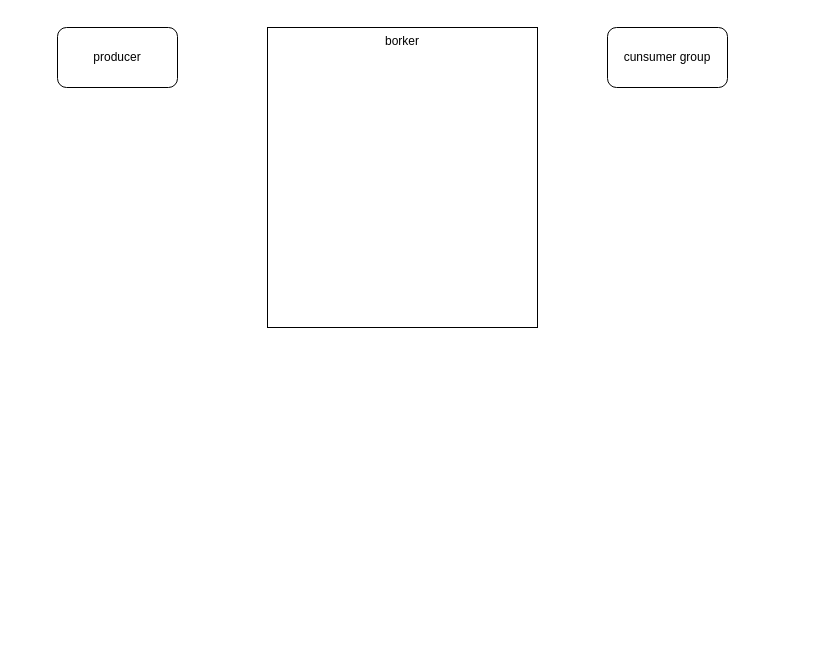
Before: 面試題目/kafka.drawio in yudady01/markdown-resume, a draw.io diagram. Source tidied: cells renumbered, new cells numbered last; positions are measured from the earlier drawing's top-left corner, leaving out a move shared by most shapes. Both pictures are drawn from the tidied source at 100%, with x=0, y=0 at pixel (57, 27).
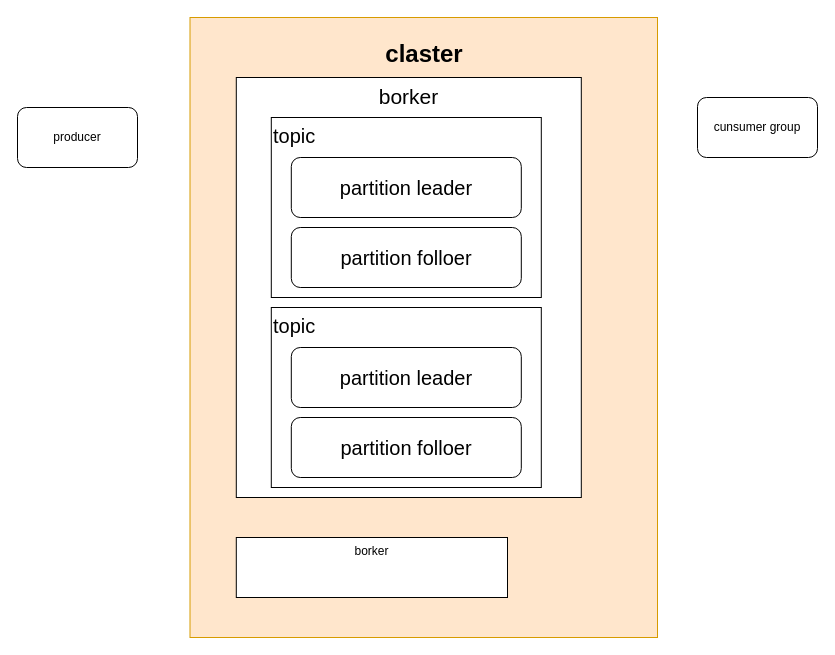
The same diagram, later.

The edit, as a diff of the source:
```diff
@@
 <mxGraphModel>
   <root>
     <mxCell id="0" />
     <mxCell id="1" parent="0" />
+    <mxCell id="5" value="&lt;h1&gt;claster&lt;/h1&gt;" style="rounded=0;whiteSpace=wrap;html=1;fillColor=#ffe6cc;strokeColor=#d79b00;align=center;verticalAlign=top;" parent="1" vertex="1">
+      <mxGeometry x="132.5" y="-10" width="467.5" height="620" as="geometry" />
+    </mxCell>
     <mxCell id="2" value="producer" style="rounded=1;whiteSpace=wrap;html=1;" parent="1" vertex="1">
-      <mxGeometry width="120" height="60" as="geometry" />
+      <mxGeometry x="-40" y="80" width="120" height="60" as="geometry" />
     </mxCell>
     <mxCell id="3" value="cunsumer group" style="rounded=1;whiteSpace=wrap;html=1;" parent="1" vertex="1">
-      <mxGeometry x="550" width="120" height="60" as="geometry" />
+      <mxGeometry x="640" y="70" width="120" height="60" as="geometry" />
     </mxCell>
+    <mxCell id="6" value="borker" style="rounded=0;whiteSpace=wrap;html=1;align=center;verticalAlign=top;" parent="1" vertex="1">
+      <mxGeometry x="178.8" y="510" width="271.2" height="60" as="geometry" />
+    </mxCell>
+    <mxCell id="7" style="group;" parent="1" vertex="1">
+      <mxGeometry x="178.8" y="50" width="345" height="420" as="geometry" />
+    </mxCell>
-    <mxCell id="4" value="borker" style="rounded=0;whiteSpace=wrap;html=1;align=center;verticalAlign=top;" parent="1" vertex="1">
-      <mxGeometry x="210" width="270" height="300" as="geometry" />
+    <mxCell id="4" value="&lt;font style=&quot;font-size: 21px;&quot;&gt;borker&lt;/font&gt;" style="rounded=0;whiteSpace=wrap;html=1;align=center;verticalAlign=top;" parent="7" vertex="1">
+      <mxGeometry width="345" height="420" as="geometry" />
     </mxCell>
+    <mxCell id="8" style="group;" parent="7" vertex="1">
+      <mxGeometry x="35" y="40" width="270" height="180" as="geometry" />
+    </mxCell>
+    <mxCell id="9" value="topic" style="rounded=0;whiteSpace=wrap;html=1;verticalAlign=top;fontSize=20;align=left;" parent="8" vertex="1">
+      <mxGeometry width="270" height="180" as="geometry" />
+    </mxCell>
+    <mxCell id="10" value="partition leader" style="rounded=1;whiteSpace=wrap;html=1;fontSize=20;" parent="8" vertex="1">
+      <mxGeometry x="20" y="40" width="230" height="60" as="geometry" />
+    </mxCell>
+    <mxCell id="11" value="partition folloer" style="rounded=1;whiteSpace=wrap;html=1;fontSize=20;" parent="8" vertex="1">
+      <mxGeometry x="20" y="110" width="230" height="60" as="geometry" />
+    </mxCell>
+    <mxCell id="12" style="group;" parent="7" vertex="1">
+      <mxGeometry x="35" y="230" width="270" height="180" as="geometry" />
+    </mxCell>
+    <mxCell id="13" value="topic" style="rounded=0;whiteSpace=wrap;html=1;verticalAlign=top;fontSize=20;align=left;" parent="12" vertex="1">
+      <mxGeometry width="270" height="180" as="geometry" />
+    </mxCell>
+    <mxCell id="14" value="partition leader" style="rounded=1;whiteSpace=wrap;html=1;fontSize=20;" parent="12" vertex="1">
+      <mxGeometry x="20" y="40" width="230" height="60" as="geometry" />
+    </mxCell>
+    <mxCell id="15" value="partition folloer" style="rounded=1;whiteSpace=wrap;html=1;fontSize=20;" parent="12" vertex="1">
+      <mxGeometry x="20" y="110" width="230" height="60" as="geometry" />
+    </mxCell>
   </root>
 </mxGraphModel>
```
